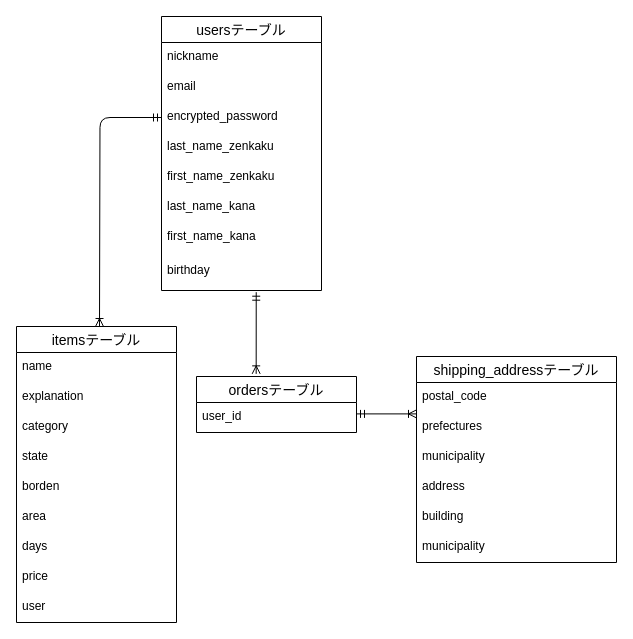
The draw.io diagram ER.dio in HIroaki-Nagashima/furima-33556, before the edit. Source tidied: cells renumbered, new cells numbered last; positions are measured from the earlier drawing's top-left corner, leaving out a move shared by most shapes. Both pictures are drawn from the tidied source at 100%, with x=0, y=0 at pixel (16, 16).
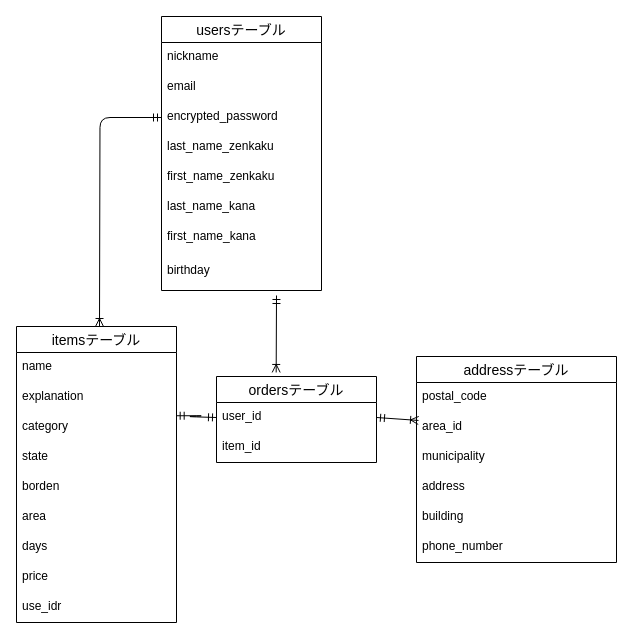
After the change.

Unchanged cells that the change refers to:
```xml
<mxCell id="2" value="itemsテーブル" style="swimlane;fontStyle=0;horizontal=1;startSize=26;align=center;fontSize=14;" parent="1" vertex="1">
  <mxGeometry y="310" width="160" height="296" as="geometry" />
</mxCell>
<mxCell id="5" value="category" style="text;strokeColor=none;fillColor=none;spacingLeft=4;spacingRight=4;overflow=hidden;points=[[0,0.5],[1,0.5]];portConstraint=eastwest;fontSize=12;" parent="2" vertex="1">
  <mxGeometry y="86" width="160" height="30" as="geometry" />
</mxCell>
<mxCell id="20" value="birthday" style="text;strokeColor=none;fillColor=none;spacingLeft=4;spacingRight=4;overflow=hidden;points=[[0,0.5],[1,0.5]];portConstraint=eastwest;fontSize=12;" parent="12" vertex="1">
  <mxGeometry y="240" width="160" height="34" as="geometry" />
</mxCell>
<mxCell id="31" value="user_id" style="text;strokeColor=none;fillColor=none;spacingLeft=4;spacingRight=4;overflow=hidden;points=[[0,0.5],[1,0.5]];portConstraint=eastwest;fontSize=12;" parent="30" vertex="1">
  <mxGeometry y="26" width="160" height="30" as="geometry" />
</mxCell>
```

Diff of the diagram source:
```diff
@@
-    <mxCell id="11" value="user" style="text;strokeColor=none;fillColor=none;spacingLeft=4;spacingRight=4;overflow=hidden;fontSize=12;" parent="2" vertex="1">
+    <mxCell id="11" value="use_idr" style="text;strokeColor=none;fillColor=none;spacingLeft=4;spacingRight=4;overflow=hidden;fontSize=12;" parent="2" vertex="1">
       <mxGeometry y="266" width="160" height="30" as="geometry" />
     </mxCell>
@@
-    <mxCell id="22" style="fontSize=12;html=1;endArrow=ERoneToMany;startArrow=ERmandOne;exitX=0.592;exitY=1.05;exitDx=0;exitDy=0;exitPerimeter=0;entryX=0.373;entryY=-0.047;entryDx=0;entryDy=0;entryPerimeter=0;" parent="1" edge="1" source="20" target="30">
-      <mxGeometry relative="1" as="geometry" />
+    <mxCell id="22" style="fontSize=12;html=1;endArrow=ERoneToMany;startArrow=ERmandOne;entryX=0.373;entryY=-0.047;entryDx=0;entryDy=0;entryPerimeter=0;" parent="1" edge="1" target="30">
+      <mxGeometry relative="1" as="geometry">
+        <mxPoint x="260" y="279" as="sourcePoint" />
+      </mxGeometry>
     </mxCell>
-    <mxCell id="23" value="shipping_addressテーブル" style="swimlane;fontStyle=0;horizontal=1;startSize=26;align=center;fontSize=14;" parent="1" vertex="1">
+    <mxCell id="23" value="addressテーブル" style="swimlane;fontStyle=0;horizontal=1;startSize=26;align=center;fontSize=14;" parent="1" vertex="1">
       <mxGeometry x="400" y="340" width="200" height="206" as="geometry" />
     </mxCell>
@@
-    <mxCell id="25" value="prefectures" style="text;strokeColor=none;fillColor=none;spacingLeft=4;spacingRight=4;overflow=hidden;points=[[0,0.5],[1,0.5]];portConstraint=eastwest;fontSize=12;" parent="23" vertex="1">
+    <mxCell id="25" value="area_id" style="text;strokeColor=none;fillColor=none;spacingLeft=4;spacingRight=4;overflow=hidden;points=[[0,0.5],[1,0.5]];portConstraint=eastwest;fontSize=12;" parent="23" vertex="1">
       <mxGeometry y="56" width="200" height="30" as="geometry" />
     </mxCell>
@@
-    <mxCell id="29" value="municipality" style="text;strokeColor=none;fillColor=none;spacingLeft=4;spacingRight=4;overflow=hidden;fontSize=12;" parent="23" vertex="1">
+    <mxCell id="29" value="phone_number" style="text;strokeColor=none;fillColor=none;spacingLeft=4;spacingRight=4;overflow=hidden;fontSize=12;" parent="23" vertex="1">
       <mxGeometry y="176" width="200" height="30" as="geometry" />
     </mxCell>
     <mxCell id="30" value="ordersテーブル" style="swimlane;fontStyle=0;horizontal=1;startSize=26;align=center;fontSize=14;" parent="1" vertex="1">
-      <mxGeometry x="180" y="360" width="160" height="56" as="geometry" />
+      <mxGeometry x="200" y="360" width="160" height="86" as="geometry" />
     </mxCell>
@@
+    <mxCell id="33" value="item_id" style="text;strokeColor=none;fillColor=none;spacingLeft=4;spacingRight=4;overflow=hidden;fontSize=12;" parent="30" vertex="1">
+      <mxGeometry y="56" width="160" height="30" as="geometry" />
+    </mxCell>
-    <mxCell id="32" style="fontSize=12;html=1;endArrow=ERoneToMany;startArrow=ERmandOne;exitX=1;exitY=0.5;exitDx=0;exitDy=0;" parent="1" edge="1">
-      <mxGeometry relative="1" as="geometry">
-        <mxPoint x="340" y="397.4" as="sourcePoint" />
-        <mxPoint x="400" y="397.4" as="targetPoint" />
-      </mxGeometry>
+    <mxCell id="32" style="fontSize=12;html=1;endArrow=ERoneToMany;startArrow=ERmandOne;exitX=1;exitY=0.5;exitDx=0;exitDy=0;entryX=0.01;entryY=0.265;entryDx=0;entryDy=0;entryPerimeter=0;" parent="1" edge="1" source="31" target="25">
+      <mxGeometry relative="1" as="geometry" />
     </mxCell>
+    <mxCell id="34" style="edgeStyle=entityRelationEdgeStyle;fontSize=12;html=1;endArrow=ERmandOne;startArrow=ERmandOne;exitX=0.998;exitY=0.108;exitDx=0;exitDy=0;exitPerimeter=0;entryX=0;entryY=0.5;entryDx=0;entryDy=0;" parent="1" edge="1" source="5" target="31">
+      <mxGeometry relative="1" as="geometry" />
+    </mxCell>
```
